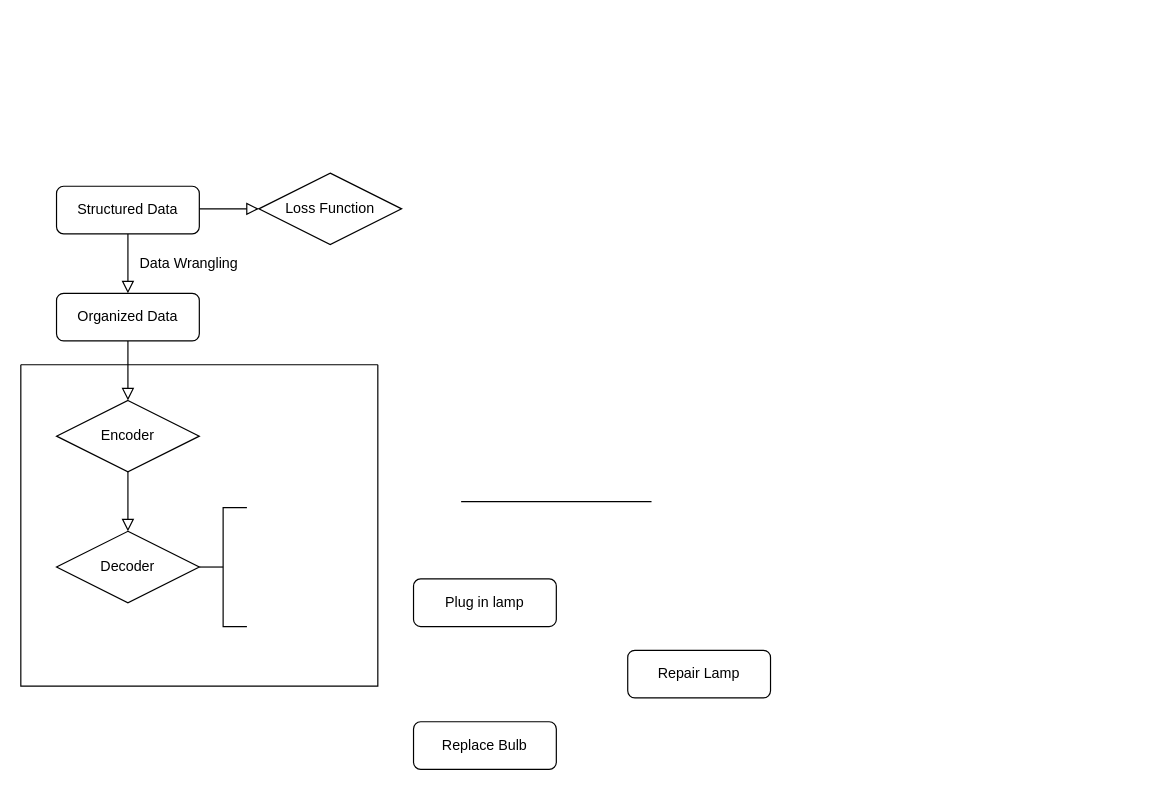
Yanjia1018/FinTech545_Spring2024 keeps this draw.io diagram as testfiles/capstone.drawio. Above is the earlier version. Source tidied: cells renumbered, new cells numbered last; positions are measured from the earlier drawing's top-left corner, leaving out a move shared by most shapes. Both pictures are drawn from the tidied source at 119%, with x=0, y=0 at pixel (20, 173).
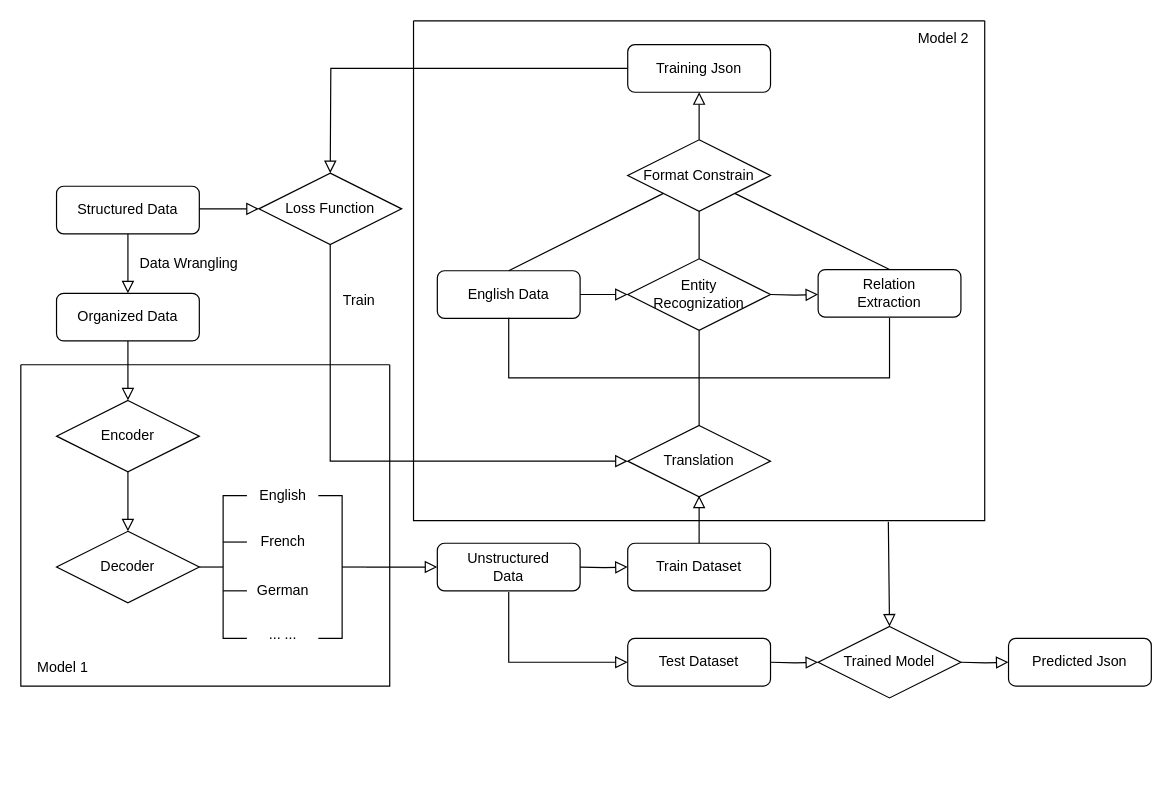
The same diagram, later.

The change refers to these unchanged cells:
```xml
<mxCell id="14" value="Loss Function" style="rhombus;whiteSpace=wrap;html=1;" parent="1" vertex="1">
  <mxGeometry x="200" width="120" height="60" as="geometry" />
</mxCell>
```

What changed in the source:
```diff
@@
-    <mxCell id="5" value="Plug in lamp" style="rounded=1;whiteSpace=wrap;html=1;fontSize=12;glass=0;strokeWidth=1;shadow=0;" parent="1" vertex="1">
-      <mxGeometry x="330" y="341" width="120" height="40" as="geometry" />
+    <mxCell id="5" value="Training Json" style="rounded=1;whiteSpace=wrap;html=1;fontSize=12;glass=0;strokeWidth=1;shadow=0;" parent="1" vertex="1">
+      <mxGeometry x="510" y="-108" width="120" height="40" as="geometry" />
     </mxCell>
-    <mxCell id="6" value="Repair Lamp" style="rounded=1;whiteSpace=wrap;html=1;fontSize=12;glass=0;strokeWidth=1;shadow=0;" parent="1" vertex="1">
-      <mxGeometry x="510" y="401" width="120" height="40" as="geometry" />
+    <mxCell id="6" value="English Data" style="rounded=1;whiteSpace=wrap;html=1;fontSize=12;glass=0;strokeWidth=1;shadow=0;" parent="1" vertex="1">
+      <mxGeometry x="350" y="82" width="120" height="40" as="geometry" />
     </mxCell>
-    <mxCell id="7" value="Replace Bulb" style="rounded=1;whiteSpace=wrap;html=1;fontSize=12;glass=0;strokeWidth=1;shadow=0;" parent="1" vertex="1">
-      <mxGeometry x="330" y="461" width="120" height="40" as="geometry" />
+    <mxCell id="7" value="Unstructured&lt;div&gt;Data&lt;/div&gt;" style="rounded=1;whiteSpace=wrap;html=1;fontSize=12;glass=0;strokeWidth=1;shadow=0;" parent="1" vertex="1">
+      <mxGeometry x="350" y="311" width="120" height="40" as="geometry" />
     </mxCell>
@@
     <mxCell id="15" style="swimlane;startSize=0;" parent="1" vertex="1">
-      <mxGeometry y="161" width="300" height="270" as="geometry" />
+      <mxGeometry y="161" width="310" height="270" as="geometry" />
     </mxCell>
     <mxCell id="16" style="strokeWidth=1;html=1;shape=mxgraph.flowchart.annotation_2;align=left;labelPosition=right;" parent="15" vertex="1">
-      <mxGeometry x="150" y="120" width="40" height="100" as="geometry" />
+      <mxGeometry x="150" y="110" width="40" height="120" as="geometry" />
     </mxCell>
-    <mxCell id="17" style="line;strokeWidth=1;html=1;" parent="1" vertex="1">
-      <mxGeometry x="370" y="271" width="160" height="10" as="geometry" />
+    <mxCell id="17" style="line;strokeWidth=1;html=1;" parent="15" vertex="1">
+      <mxGeometry x="170" y="144" width="20" height="10" as="geometry" />
     </mxCell>
+    <mxCell id="18" style="line;strokeWidth=1;html=1;" parent="15" vertex="1">
+      <mxGeometry x="170" y="185" width="20" height="10" as="geometry" />
+    </mxCell>
+    <mxCell id="19" value="English" style="text;html=1;align=center;verticalAlign=middle;strokeColor=none;fillColor=none;" parent="15" vertex="1">
+      <mxGeometry x="190" y="95" width="60" height="30" as="geometry" />
+    </mxCell>
+    <mxCell id="20" value="French" style="text;html=1;align=center;verticalAlign=middle;strokeColor=none;fillColor=none;" parent="15" vertex="1">
+      <mxGeometry x="190" y="134" width="60" height="30" as="geometry" />
+    </mxCell>
+    <mxCell id="21" value="German" style="text;html=1;align=center;verticalAlign=middle;strokeColor=none;fillColor=none;" parent="15" vertex="1">
+      <mxGeometry x="185" y="175" width="70" height="30" as="geometry" />
+    </mxCell>
+    <mxCell id="22" value="... ..." style="text;html=1;align=center;verticalAlign=middle;strokeColor=none;fillColor=none;" parent="15" vertex="1">
+      <mxGeometry x="195" y="212" width="50" height="30" as="geometry" />
+    </mxCell>
+    <mxCell id="23" style="strokeWidth=1;html=1;shape=mxgraph.flowchart.annotation_2;align=left;labelPosition=right;rotation=-180;" parent="15" vertex="1">
+      <mxGeometry x="250" y="110" width="40" height="120" as="geometry" />
+    </mxCell>
+    <mxCell id="24" value="Model 1" style="text;html=1;align=center;verticalAlign=middle;strokeColor=none;fillColor=none;" parent="15" vertex="1">
+      <mxGeometry y="240" width="70" height="30" as="geometry" />
+    </mxCell>
+    <mxCell id="25" style="rounded=0;html=1;jettySize=auto;fontSize=11;endArrow=block;endFill=0;endSize=8;strokeWidth=1;shadow=0;labelBackgroundColor=none;edgeStyle=orthogonalEdgeStyle;exitX=0;exitY=0.5;exitDx=0;exitDy=0;" parent="1" edge="1" source="5">
+      <mxGeometry relative="1" as="geometry">
+        <mxPoint x="260" as="targetPoint" />
+      </mxGeometry>
+    </mxCell>
+    <mxCell id="26" value="Format Constrain" style="rhombus;whiteSpace=wrap;html=1;" parent="1" vertex="1">
+      <mxGeometry x="510" y="-28" width="120" height="60" as="geometry" />
+    </mxCell>
+    <mxCell id="27" value="Entity&lt;div&gt;Recognization&lt;/div&gt;" style="rhombus;whiteSpace=wrap;html=1;" parent="1" vertex="1">
+      <mxGeometry x="510" y="72" width="120" height="60" as="geometry" />
+    </mxCell>
+    <mxCell id="28" value="Translation" style="rhombus;whiteSpace=wrap;html=1;" parent="1" vertex="1">
+      <mxGeometry x="510" y="212" width="120" height="60" as="geometry" />
+    </mxCell>
+    <mxCell id="29" value="Relation&lt;div&gt;Extraction&lt;/div&gt;" style="rounded=1;whiteSpace=wrap;html=1;fontSize=12;glass=0;strokeWidth=1;shadow=0;" parent="1" vertex="1">
+      <mxGeometry x="670" y="81" width="120" height="40" as="geometry" />
+    </mxCell>
+    <mxCell id="30" style="edgeStyle=orthogonalEdgeStyle;rounded=0;html=1;jettySize=auto;fontSize=11;endArrow=block;endFill=0;endSize=8;strokeWidth=1;shadow=0;labelBackgroundColor=none;entryX=0.5;entryY=1;entryDx=0;entryDy=0;exitX=0.5;exitY=0;exitDx=0;exitDy=0;" parent="1" edge="1" source="26" target="5">
+      <mxGeometry y="10" relative="1" as="geometry">
+        <Array as="points">
+          <mxPoint x="570" y="-48" />
+          <mxPoint x="570" y="-48" />
+        </Array>
+      </mxGeometry>
+    </mxCell>
+    <mxCell id="31" style="edgeStyle=orthogonalEdgeStyle;rounded=0;html=1;jettySize=auto;fontSize=11;endArrow=block;endFill=0;endSize=8;strokeWidth=1;shadow=0;labelBackgroundColor=none;entryX=0;entryY=0.5;entryDx=0;entryDy=0;exitX=1;exitY=0.5;exitDx=0;exitDy=0;" parent="1" edge="1" source="6" target="27">
+      <mxGeometry y="10" relative="1" as="geometry" />
+    </mxCell>
+    <mxCell id="32" style="edgeStyle=orthogonalEdgeStyle;rounded=0;html=1;jettySize=auto;orthogonalLoop=1;fontSize=11;endArrow=block;endFill=0;endSize=8;strokeWidth=1;shadow=0;labelBackgroundColor=none;entryX=0;entryY=0.5;entryDx=0;entryDy=0;exitX=1;exitY=0.5;exitDx=0;exitDy=0;" parent="1" edge="1">
+      <mxGeometry y="10" relative="1" as="geometry">
+        <mxPoint x="630" y="102" as="sourcePoint" />
+        <mxPoint x="670" y="102" as="targetPoint" />
+      </mxGeometry>
+    </mxCell>
+    <mxCell id="33" style="endArrow=none;html=1;rounded=0;entryX=0.5;entryY=1;entryDx=0;entryDy=0;exitX=0.5;exitY=0;exitDx=0;exitDy=0;" parent="1" edge="1" source="27" target="26">
+      <mxGeometry relative="1" as="geometry" />
+    </mxCell>
+    <mxCell id="34" style="endArrow=none;html=1;rounded=0;entryX=0.5;entryY=1;entryDx=0;entryDy=0;" parent="1" edge="1" source="28" target="27">
+      <mxGeometry relative="1" as="geometry" />
+    </mxCell>
+    <mxCell id="35" style="shape=partialRectangle;whiteSpace=wrap;html=1;bottom=1;right=1;left=1;top=0;fillColor=none;routingCenterX=-0.5;" parent="1" vertex="1">
+      <mxGeometry x="410" y="122" width="320" height="50" as="geometry" />
+    </mxCell>
+    <mxCell id="36" style="endArrow=none;html=1;rounded=0;entryX=0;entryY=1;entryDx=0;entryDy=0;exitX=0.5;exitY=0;exitDx=0;exitDy=0;" parent="1" edge="1" source="6" target="26">
+      <mxGeometry relative="1" as="geometry" />
+    </mxCell>
+    <mxCell id="37" style="endArrow=none;html=1;rounded=0;entryX=1;entryY=1;entryDx=0;entryDy=0;exitX=0.5;exitY=0;exitDx=0;exitDy=0;" parent="1" edge="1" source="29" target="26">
+      <mxGeometry relative="1" as="geometry" />
+    </mxCell>
+    <mxCell id="38" value="Train Dataset" style="rounded=1;whiteSpace=wrap;html=1;fontSize=12;glass=0;strokeWidth=1;shadow=0;" parent="1" vertex="1">
+      <mxGeometry x="510" y="311" width="120" height="40" as="geometry" />
+    </mxCell>
+    <mxCell id="39" value="Test Dataset" style="rounded=1;whiteSpace=wrap;html=1;fontSize=12;glass=0;strokeWidth=1;shadow=0;" parent="1" vertex="1">
+      <mxGeometry x="510" y="391" width="120" height="40" as="geometry" />
+    </mxCell>
+    <mxCell id="40" value="Trained Model" style="rhombus;whiteSpace=wrap;html=1;" parent="1" vertex="1">
+      <mxGeometry x="670" y="381" width="120" height="60" as="geometry" />
+    </mxCell>
+    <mxCell id="41" value="Predicted Json" style="rounded=1;whiteSpace=wrap;html=1;fontSize=12;glass=0;strokeWidth=1;shadow=0;" parent="1" vertex="1">
+      <mxGeometry x="830" y="391" width="120" height="40" as="geometry" />
+    </mxCell>
+    <mxCell id="42" style="edgeStyle=orthogonalEdgeStyle;rounded=0;html=1;jettySize=auto;fontSize=11;endArrow=block;endFill=0;endSize=8;strokeWidth=1;shadow=0;labelBackgroundColor=none;entryX=0;entryY=0.5;entryDx=0;entryDy=0;exitX=0;exitY=0.5;exitDx=0;exitDy=0;exitPerimeter=0;" parent="1" edge="1" source="23" target="7">
+      <mxGeometry y="10" relative="1" as="geometry" />
+    </mxCell>
+    <mxCell id="43" style="edgeStyle=orthogonalEdgeStyle;rounded=0;html=1;jettySize=auto;orthogonalLoop=1;fontSize=11;endArrow=block;endFill=0;endSize=8;strokeWidth=1;shadow=0;labelBackgroundColor=none;entryX=0;entryY=0.5;entryDx=0;entryDy=0;exitX=1;exitY=0.5;exitDx=0;exitDy=0;" parent="1" edge="1">
+      <mxGeometry y="10" relative="1" as="geometry">
+        <mxPoint x="470" y="331" as="sourcePoint" />
+        <mxPoint x="510" y="331" as="targetPoint" />
+      </mxGeometry>
+    </mxCell>
+    <mxCell id="44" style="edgeStyle=orthogonalEdgeStyle;rounded=0;html=1;jettySize=auto;fontSize=11;endArrow=block;endFill=0;endSize=8;strokeWidth=1;shadow=0;labelBackgroundColor=none;entryX=0;entryY=0.5;entryDx=0;entryDy=0;" parent="1" edge="1" target="39">
+      <mxGeometry y="10" relative="1" as="geometry">
+        <mxPoint x="410" y="352" as="sourcePoint" />
+        <Array as="points">
+          <mxPoint x="410" y="411" />
+        </Array>
+      </mxGeometry>
+    </mxCell>
+    <mxCell id="45" style="edgeStyle=orthogonalEdgeStyle;rounded=0;html=1;jettySize=auto;orthogonalLoop=1;fontSize=11;endArrow=block;endFill=0;endSize=8;strokeWidth=1;shadow=0;labelBackgroundColor=none;entryX=0;entryY=0.5;entryDx=0;entryDy=0;exitX=1;exitY=0.5;exitDx=0;exitDy=0;" parent="1" edge="1">
+      <mxGeometry y="10" relative="1" as="geometry">
+        <mxPoint x="630" y="411" as="sourcePoint" />
+        <mxPoint x="670" y="411" as="targetPoint" />
+      </mxGeometry>
+    </mxCell>
+    <mxCell id="46" style="edgeStyle=orthogonalEdgeStyle;rounded=0;html=1;jettySize=auto;orthogonalLoop=1;fontSize=11;endArrow=block;endFill=0;endSize=8;strokeWidth=1;shadow=0;labelBackgroundColor=none;entryX=0;entryY=0.5;entryDx=0;entryDy=0;exitX=1;exitY=0.5;exitDx=0;exitDy=0;" parent="1" edge="1">
+      <mxGeometry y="10" relative="1" as="geometry">
+        <mxPoint x="790" y="411" as="sourcePoint" />
+        <mxPoint x="830" y="411" as="targetPoint" />
+      </mxGeometry>
+    </mxCell>
+    <mxCell id="47" style="swimlane;startSize=0;" parent="1" vertex="1">
+      <mxGeometry x="330" y="-128" width="480" height="420" as="geometry" />
+    </mxCell>
+    <mxCell id="48" value="Model 2" style="text;html=1;align=center;verticalAlign=middle;strokeColor=none;fillColor=none;" parent="47" vertex="1">
+      <mxGeometry x="410" width="70" height="30" as="geometry" />
+    </mxCell>
+    <mxCell id="49" style="edgeStyle=orthogonalEdgeStyle;rounded=0;html=1;jettySize=auto;orthogonalLoop=1;fontSize=11;endArrow=block;endFill=0;endSize=8;strokeWidth=1;shadow=0;labelBackgroundColor=none;entryX=0.5;entryY=1;entryDx=0;entryDy=0;exitX=0.5;exitY=0;exitDx=0;exitDy=0;" parent="1" edge="1">
+      <mxGeometry y="10" relative="1" as="geometry">
+        <mxPoint x="570" y="311" as="sourcePoint" />
+        <mxPoint x="570" y="271" as="targetPoint" />
+        <Array as="points">
+          <mxPoint x="570" y="291" />
+          <mxPoint x="570" y="291" />
+        </Array>
+      </mxGeometry>
+    </mxCell>
+    <mxCell id="50" value="Train" style="text;html=1;align=center;verticalAlign=middle;strokeColor=none;fillColor=none;" parent="1" vertex="1">
+      <mxGeometry x="259" y="92" width="50" height="30" as="geometry" />
+    </mxCell>
+    <mxCell id="51" style="rounded=0;html=1;jettySize=auto;fontSize=11;endArrow=block;endFill=0;endSize=8;strokeWidth=1;shadow=0;labelBackgroundColor=none;edgeStyle=orthogonalEdgeStyle;exitX=0.5;exitY=1;exitDx=0;exitDy=0;entryX=0;entryY=0.5;entryDx=0;entryDy=0;" parent="1" edge="1" source="14" target="28">
+      <mxGeometry relative="1" as="geometry" />
+    </mxCell>
+    <mxCell id="52" style="rounded=0;html=1;jettySize=auto;fontSize=11;endArrow=block;endFill=0;endSize=8;strokeWidth=1;shadow=0;labelBackgroundColor=none;edgeStyle=orthogonalEdgeStyle;entryX=0.5;entryY=0;entryDx=0;entryDy=0;" parent="1" edge="1" target="40">
+      <mxGeometry relative="1" as="geometry">
+        <mxPoint x="729" y="293" as="sourcePoint" />
+      </mxGeometry>
+    </mxCell>
```
